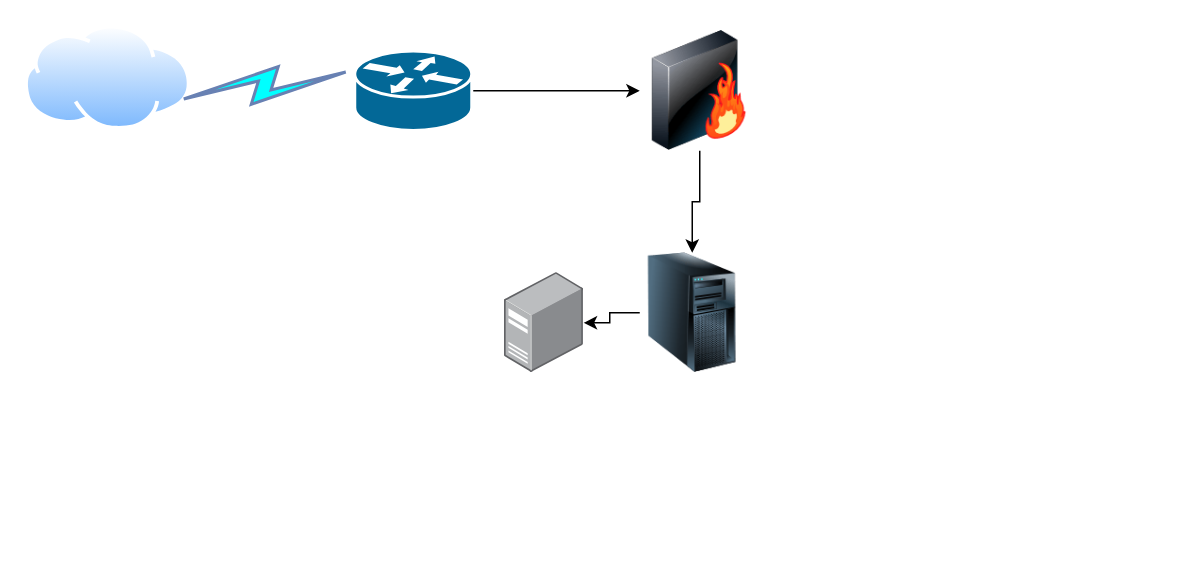
The draw.io diagram Untitled Diagram.drawio in quangcuong99/f, before the edit. Source tidied: cells renumbered, new cells numbered last; positions are measured from the earlier drawing's top-left corner, leaving out a move shared by most shapes. Both pictures are drawn from the tidied source at 150%, with x=0, y=0 at pixel (24, 24).
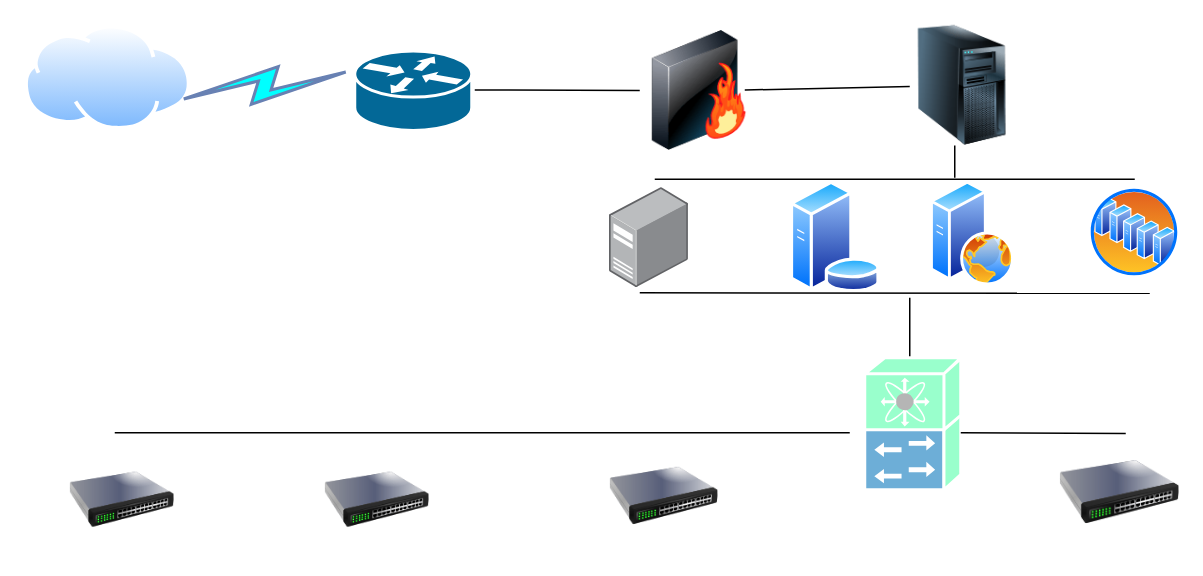
Above is the later version.

Unchanged cells that the change refers to:
```xml
<mxCell id="4" style="shape=mxgraph.cisco.routers.router;html=1;dashed=0;fillColor=#036897;strokeColor=#ffffff;strokeWidth=2;verticalLabelPosition=bottom;verticalAlign=top;align=center;outlineConnect=0;" parent="1" vertex="1">
  <mxGeometry x="220" y="17.5" width="78" height="53" as="geometry" />
</mxCell>
<mxCell id="7" style="image;html=1;image=img/lib/clip_art/networking/Firewall-page1_128x128.png;" parent="1" vertex="1">
  <mxGeometry x="410" y="4" width="80" height="80" as="geometry" />
</mxCell>
```

The edit, as a diff of the source:
```diff
@@
-    <mxCell id="3" style="edgeStyle=orthogonalEdgeStyle;rounded=0;jettySize=auto;html=1;fillColor=#00FFFF;" parent="1" edge="1" source="4" target="7">
-      <mxGeometry relative="1" as="geometry" />
-    </mxCell>
@@
-    <mxCell id="6" style="edgeStyle=orthogonalEdgeStyle;rounded=0;jettySize=auto;html=1;fillColor=#00FFFF;" parent="1" edge="1" source="7" target="9">
-      <mxGeometry relative="1" as="geometry" />
-    </mxCell>
@@
-    <mxCell id="8" style="edgeStyle=orthogonalEdgeStyle;rounded=0;jettySize=auto;html=1;fillColor=#00FFFF;" parent="1" edge="1" source="9" target="10">
-      <mxGeometry relative="1" as="geometry" />
-    </mxCell>
     <mxCell id="9" style="image;html=1;image=img/lib/clip_art/computers/Server_Tower_128x128.png;" parent="1" vertex="1">
-      <mxGeometry x="410" y="152" width="70" height="80" as="geometry" />
+      <mxGeometry x="590" y="0.5" width="70" height="80" as="geometry" />
     </mxCell>
     <mxCell id="10" style="points=[];html=1;align=center;shadow=0;dashed=0;image;image=img/lib/allied_telesis/computer_and_terminals/Server_Desktop.svg;" parent="1" vertex="1">
-      <mxGeometry x="320" y="165.3" width="52.6" height="66.7" as="geometry" />
+      <mxGeometry x="390" y="108.7" width="52.6" height="66.7" as="geometry" />
     </mxCell>
+    <mxCell id="11" style="perimeter=ellipsePerimeter;html=1;align=center;shadow=0;dashed=0;spacingTop=3;image;image=img/lib/active_directory/database_server.svg;" parent="1" vertex="1">
+      <mxGeometry x="510" y="104.3" width="61" height="74.4" as="geometry" />
+    </mxCell>
+    <mxCell id="12" style="perimeter=ellipsePerimeter;html=1;align=center;shadow=0;dashed=0;spacingTop=3;image;image=img/lib/active_directory/web_server.svg;" parent="1" vertex="1">
+      <mxGeometry x="604" y="104.3" width="56" height="70" as="geometry" />
+    </mxCell>
+    <mxCell id="13" style="perimeter=ellipsePerimeter;html=1;align=center;shadow=0;dashed=0;spacingTop=3;image;image=img/lib/active_directory/server_farm.svg;" parent="1" vertex="1">
+      <mxGeometry x="710" y="108.7" width="60" height="60" as="geometry" />
+    </mxCell>
+    <mxCell id="14" style="endArrow=none;html=1;strokeWidth=1;fillColor=#00FFFF;" parent="1" edge="1" target="7">
+      <mxGeometry relative="1" as="geometry">
+        <mxPoint x="300" y="43.5" as="sourcePoint" />
+      </mxGeometry>
+    </mxCell>
+    <mxCell id="15" style="endArrow=none;html=1;strokeWidth=1;fillColor=#00FFFF;" parent="1" edge="1">
+      <mxGeometry relative="1" as="geometry">
+        <mxPoint x="620" y="80.5" as="sourcePoint" />
+        <mxPoint x="620" y="102" as="targetPoint" />
+      </mxGeometry>
+    </mxCell>
+    <mxCell id="16" style="endArrow=none;html=1;strokeWidth=1;fillColor=#00FFFF;" parent="1" edge="1">
+      <mxGeometry relative="1" as="geometry">
+        <mxPoint x="420" y="103" as="sourcePoint" />
+        <mxPoint x="740" y="103" as="targetPoint" />
+      </mxGeometry>
+    </mxCell>
+    <mxCell id="17" style="endArrow=none;html=1;strokeWidth=1;fillColor=#00FFFF;" parent="1" edge="1" target="9">
+      <mxGeometry relative="1" as="geometry">
+        <mxPoint x="480" y="43.5" as="sourcePoint" />
+      </mxGeometry>
+    </mxCell>
+    <mxCell id="18" style="endArrow=none;html=1;strokeWidth=1;fillColor=#00FFFF;" parent="1" edge="1">
+      <mxGeometry relative="1" as="geometry">
+        <mxPoint x="410" y="178.7" as="sourcePoint" />
+        <mxPoint x="750" y="179" as="targetPoint" />
+      </mxGeometry>
+    </mxCell>
+    <mxCell id="19" style="endArrow=none;html=1;strokeWidth=1;fillColor=#00FFFF;" parent="1" edge="1">
+      <mxGeometry relative="1" as="geometry">
+        <mxPoint x="590" y="222" as="sourcePoint" />
+        <mxPoint x="590" y="182" as="targetPoint" />
+      </mxGeometry>
+    </mxCell>
+    <mxCell id="20" style="shape=mxgraph.cisco.controllers_and_modules.10ge_fcoe;html=1;dashed=0;fillColor=#99FFCC;strokeColor=#ffffff;strokeWidth=2;verticalLabelPosition=bottom;verticalAlign=top;align=center;" parent="1" vertex="1">
+      <mxGeometry x="560" y="222" width="64" height="88" as="geometry" />
+    </mxCell>
+    <mxCell id="21" style="endArrow=none;html=1;strokeWidth=1;fillColor=#00FFFF;entryX=0;entryY=0.5;entryDx=0;entryDy=0;" parent="1" edge="1">
+      <mxGeometry relative="1" as="geometry">
+        <mxPoint x="624" y="272" as="sourcePoint" />
+        <mxPoint x="734" y="272.5" as="targetPoint" />
+      </mxGeometry>
+    </mxCell>
+    <mxCell id="22" style="endArrow=none;html=1;strokeWidth=1;fillColor=#00FFFF;" parent="1" edge="1">
+      <mxGeometry relative="1" as="geometry">
+        <mxPoint x="550" y="272" as="sourcePoint" />
+        <mxPoint x="60" y="272" as="targetPoint" />
+      </mxGeometry>
+    </mxCell>
+    <mxCell id="23" style="image;html=1;image=img/lib/clip_art/networking/Switch_128x128.png;fillColor=#99FFCC;direction=east;" parent="1" vertex="1">
+      <mxGeometry x="30" y="282" width="70" height="70" as="geometry" />
+    </mxCell>
+    <mxCell id="24" style="image;html=1;image=img/lib/clip_art/networking/Switch_128x128.png;fillColor=#99FFCC;" parent="1" vertex="1">
+      <mxGeometry x="690" y="272" width="80" height="80" as="geometry" />
+    </mxCell>
+    <mxCell id="25" style="image;html=1;image=img/lib/clip_art/networking/Switch_128x128.png;fillColor=#99FFCC;" parent="1" vertex="1">
+      <mxGeometry x="390" y="277" width="72.6" height="75" as="geometry" />
+    </mxCell>
+    <mxCell id="26" style="image;html=1;image=img/lib/clip_art/networking/Switch_128x128.png;fillColor=#99FFCC;" parent="1" vertex="1">
+      <mxGeometry x="200" y="282" width="70" height="70" as="geometry" />
+    </mxCell>
```
